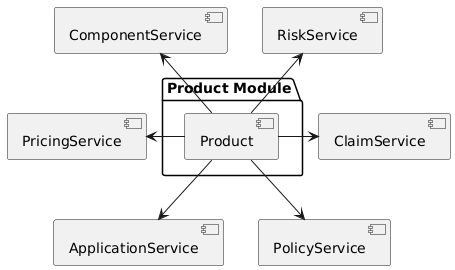
Before: docs/modules/ROOT/images/product-component.png, a diagram exported from PlantUML (etherisc/gif-next).
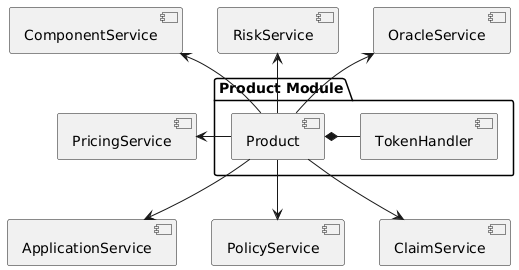
The same file after the commit.

What changed in the source:
```diff
@@ -1,21 +1,24 @@
 @startuml
 package "Product Module" as productModule {
   [Product] as product
+  [TokenHandler] as th
 }
 
-[PricingService] as pricingS
 [ComponentService] as componentS
 [RiskService] as riskS
+[PricingService] as pricingS
 [ApplicationService] as applicationS
 [PolicyService] as policyS
 [ClaimService] as claimS
-
+[OracleService] as oracleS
 
 componentS <-- product
 riskS <-- product
+oracleS <-- product
 pricingS <- product
 
+product *- th
 product --> applicationS
 product --> policyS
-product -> claimS
+product --> claimS
 @enduml
```
